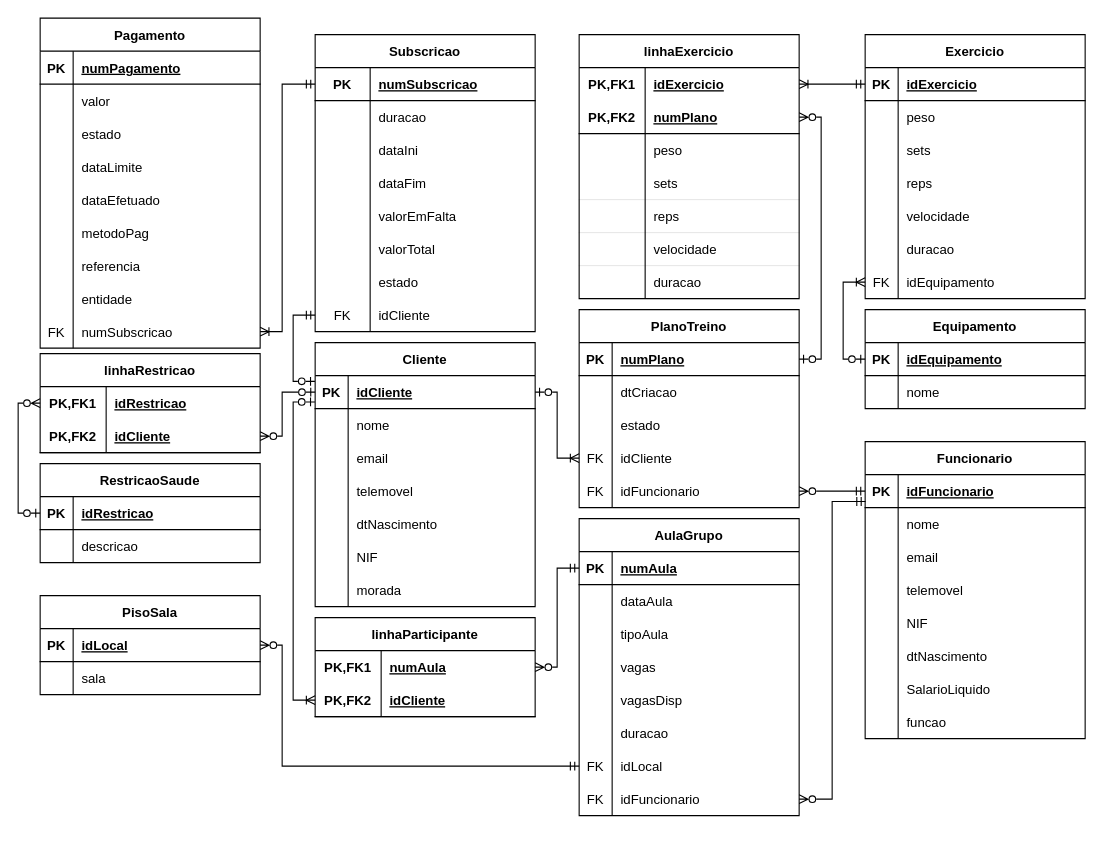
Above: Proj1/Diagramas corrigidos/2-BD/GymMF_simplificado.drawio in AlexandrePSantos/GestaoGym (draw.io), before the change. Source tidied: cells renumbered, new cells numbered last; positions are measured from the earlier drawing's top-left corner, leaving out a move shared by most shapes. Both pictures are drawn from the tidied source at 110%, with x=0, y=0 at pixel (18, 18).
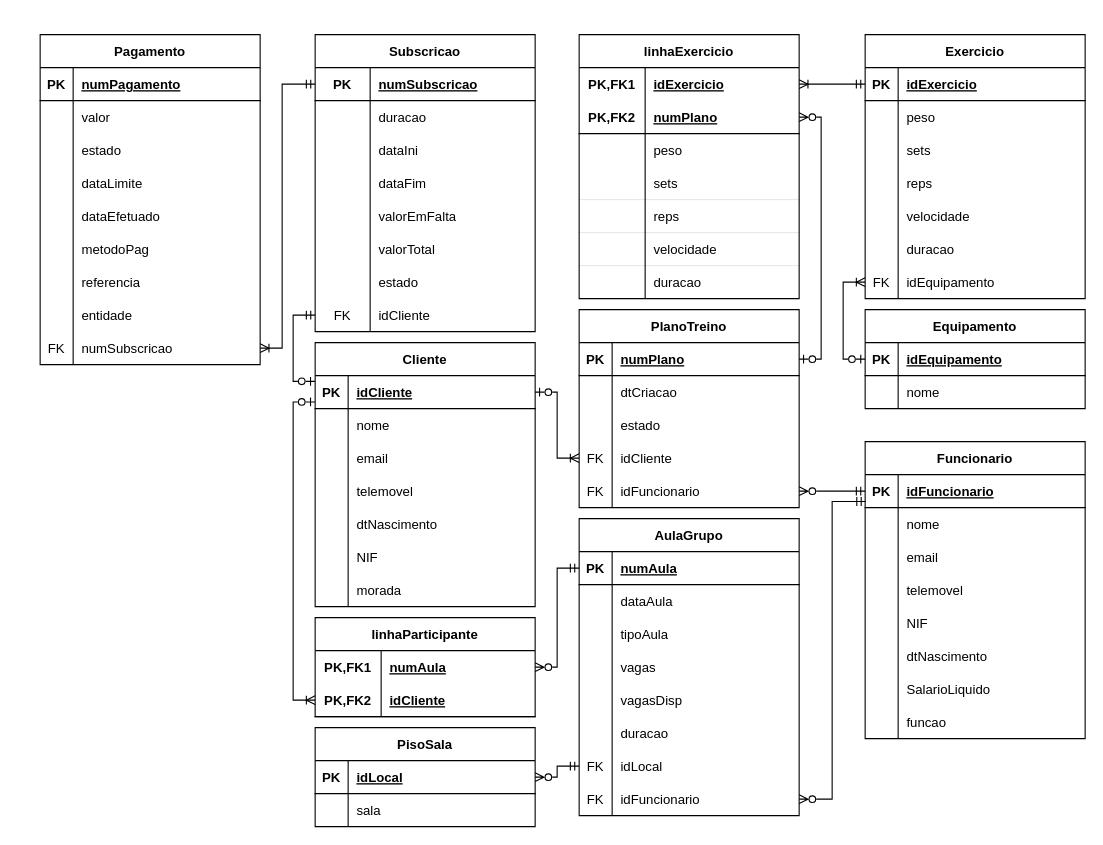
Above is the later version.

The change refers to these unchanged cells:
```xml
<mxCell id="7" style="shape=tableRow;horizontal=0;startSize=0;swimlaneHead=0;swimlaneBody=0;fillColor=none;points=[[0,0.5],[1,0.5]];portConstraint=eastwest;top=0;left=0;right=0;bottom=1;" parent="6" vertex="1">
  <mxGeometry y="30" width="200" height="30" as="geometry" />
</mxCell>
<mxCell id="84" style="shape=tableRow;horizontal=0;startSize=0;swimlaneHead=0;swimlaneBody=0;fillColor=none;points=[[0,0.5],[1,0.5]];portConstraint=eastwest;top=0;left=0;right=0;bottom=1;" parent="83" vertex="1">
  <mxGeometry y="30" width="200" height="30" as="geometry" />
</mxCell>
<mxCell id="127" style="shape=tableRow;horizontal=0;startSize=0;swimlaneHead=0;swimlaneBody=0;fillColor=none;points=[[0,0.5],[1,0.5]];portConstraint=eastwest;top=0;left=0;right=0;bottom=0;" parent="108" vertex="1">
  <mxGeometry y="210" width="200" height="30" as="geometry" />
</mxCell>
<mxCell id="165" style="shape=tableRow;horizontal=0;startSize=0;swimlaneHead=0;swimlaneBody=0;fillColor=none;points=[[0,0.5],[1,0.5]];portConstraint=eastwest;top=0;left=0;right=0;bottom=0;" parent="140" vertex="1">
  <mxGeometry y="270" width="200" height="30" as="geometry" />
</mxCell>
<mxCell id="173" style="shape=tableRow;horizontal=0;startSize=0;swimlaneHead=0;swimlaneBody=0;fillColor=none;points=[[0,0.5],[1,0.5]];portConstraint=eastwest;top=0;left=0;right=0;bottom=1;" parent="172" vertex="1">
  <mxGeometry y="30" width="200" height="30" as="geometry" />
</mxCell>
```

What changed in the source:
```diff
@@
-    <mxCell id="28" value="linhaRestricao" style="shape=table;startSize=30;childLayout=tableLayout;rowLines=0;fontStyle=1;align=center;" parent="1" vertex="1">
-      <mxGeometry x="20" y="305" width="200" height="90" as="geometry" />
-    </mxCell>
-    <mxCell id="29" style="shape=tableRow;horizontal=0;startSize=0;swimlaneHead=0;swimlaneBody=0;fillColor=none;points=[[0,0.5],[1,0.5]];portConstraint=eastwest;top=0;left=0;right=0;bottom=0;" parent="28" vertex="1">
-      <mxGeometry y="30" width="200" height="30" as="geometry" />
-    </mxCell>
-    <mxCell id="30" value="PK,FK1" style="shape=partialRectangle;fillColor=none;top=0;left=0;bottom=0;right=0;fontStyle=1;overflow=hidden;" parent="29" vertex="1">
-      <mxGeometry width="60" height="30" as="geometry" />
-    </mxCell>
-    <mxCell id="31" value="idRestricao" style="shape=partialRectangle;fillColor=none;top=0;left=0;bottom=0;right=0;align=left;spacingLeft=6;fontStyle=5;overflow=hidden;" parent="29" vertex="1">
-      <mxGeometry x="60" width="140" height="30" as="geometry" />
-    </mxCell>
-    <mxCell id="32" style="shape=tableRow;horizontal=0;startSize=0;swimlaneHead=0;swimlaneBody=0;fillColor=none;points=[[0,0.5],[1,0.5]];portConstraint=eastwest;top=0;left=0;right=0;bottom=1;" parent="28" vertex="1">
-      <mxGeometry y="60" width="200" height="30" as="geometry" />
-    </mxCell>
-    <mxCell id="33" value="PK,FK2" style="shape=partialRectangle;fillColor=none;top=0;left=0;bottom=0;right=0;fontStyle=1;overflow=hidden;" parent="32" vertex="1">
-      <mxGeometry width="60" height="30" as="geometry" />
-    </mxCell>
-    <mxCell id="34" value="idCliente" style="shape=partialRectangle;fillColor=none;top=0;left=0;bottom=0;right=0;align=left;spacingLeft=6;fontStyle=5;overflow=hidden;" parent="32" vertex="1">
-      <mxGeometry x="60" width="140" height="30" as="geometry" />
-    </mxCell>
@@
-    <mxCell id="60" value="RestricaoSaude" style="shape=table;startSize=30;childLayout=tableLayout;rowLines=0;fontStyle=1;align=center;" parent="1" vertex="1">
-      <mxGeometry x="20" y="405" width="200" height="90" as="geometry" />
-    </mxCell>
-    <mxCell id="61" style="shape=tableRow;horizontal=0;startSize=0;swimlaneHead=0;swimlaneBody=0;fillColor=none;points=[[0,0.5],[1,0.5]];portConstraint=eastwest;top=0;left=0;right=0;bottom=1;" parent="60" vertex="1">
-      <mxGeometry y="30" width="200" height="30" as="geometry" />
-    </mxCell>
-    <mxCell id="62" value="PK" style="shape=partialRectangle;fillColor=none;top=0;left=0;bottom=0;right=0;fontStyle=1;overflow=hidden;" parent="61" vertex="1">
-      <mxGeometry width="30" height="30" as="geometry" />
-    </mxCell>
-    <mxCell id="63" value="idRestricao" style="shape=partialRectangle;fillColor=none;top=0;left=0;bottom=0;right=0;align=left;spacingLeft=6;fontStyle=5;overflow=hidden;" parent="61" vertex="1">
-      <mxGeometry x="30" width="170" height="30" as="geometry" />
-    </mxCell>
-    <mxCell id="64" style="shape=tableRow;horizontal=0;startSize=0;swimlaneHead=0;swimlaneBody=0;fillColor=none;top=0;left=0;right=0;bottom=0;" parent="60" vertex="1">
-      <mxGeometry y="60" width="200" height="30" as="geometry" />
-    </mxCell>
-    <mxCell id="65" style="shape=partialRectangle;fillColor=none;top=0;left=0;bottom=0;right=0;overflow=hidden;" parent="64" vertex="1">
-      <mxGeometry width="30" height="30" as="geometry" />
-    </mxCell>
-    <mxCell id="66" value="descricao" style="shape=partialRectangle;fillColor=none;top=0;left=0;bottom=0;right=0;align=left;spacingLeft=6;overflow=hidden;" parent="64" vertex="1">
-      <mxGeometry x="30" width="170" height="30" as="geometry" />
-    </mxCell>
@@
     <mxCell id="140" value="Pagamento" style="shape=table;startSize=30;childLayout=tableLayout;rowLines=0;fontStyle=1;align=center;" parent="1" vertex="1">
-      <mxGeometry x="20" width="200" height="300" as="geometry" />
+      <mxGeometry x="20" y="15" width="200" height="300" as="geometry" />
     </mxCell>
@@
-    <mxCell id="168" style="edgeStyle=orthogonalEdgeStyle;rounded=0;jettySize=auto;html=1;endArrow=ERzeroToOne;endFill=0;exitX=0;exitY=0.5;exitDx=0;exitDy=0;startArrow=ERzeroToMany;startFill=0;entryX=0;entryY=0.5;entryDx=0;entryDy=0;" parent="1" edge="1" source="29" target="61">
-      <mxGeometry relative="1" as="geometry">
-        <Array as="points">
-          <mxPoint y="350" />
-          <mxPoint y="450" />
-        </Array>
-      </mxGeometry>
-    </mxCell>
-    <mxCell id="169" style="edgeStyle=orthogonalEdgeStyle;rounded=0;jettySize=auto;html=1;endArrow=ERzeroToOne;endFill=0;startArrow=ERzeroToMany;startFill=0;exitX=1;exitY=0.5;exitDx=0;exitDy=0;entryX=0;entryY=0.5;entryDx=0;entryDy=0;" parent="1" edge="1" source="32" target="7">
-      <mxGeometry relative="1" as="geometry">
-        <Array as="points">
-          <mxPoint x="240" y="380" />
-          <mxPoint x="240" y="340" />
-        </Array>
-      </mxGeometry>
-    </mxCell>
@@
     <mxCell id="172" value="PisoSala" style="shape=table;startSize=30;childLayout=tableLayout;rowLines=0;fontStyle=1;align=center;" parent="1" vertex="1">
-      <mxGeometry x="20" y="525" width="200" height="90" as="geometry" />
+      <mxGeometry x="270" y="645" width="200" height="90" as="geometry" />
     </mxCell>
@@
     <mxCell id="179" style="edgeStyle=orthogonalEdgeStyle;rounded=0;jettySize=auto;html=1;endArrow=ERzeroToMany;endFill=0;startArrow=ERmandOne;startFill=0;entryX=1;entryY=0.5;entryDx=0;entryDy=0;exitX=0;exitY=0.5;exitDx=0;exitDy=0;" parent="1" edge="1" source="127" target="173">
       <mxGeometry relative="1" as="geometry">
         <Array as="points">
-          <mxPoint x="240" y="680" />
-          <mxPoint x="240" y="570" />
+          <mxPoint x="490" y="680" />
+          <mxPoint x="490" y="690" />
         </Array>
       </mxGeometry>
     </mxCell>
     <mxCell id="180" style="edgeStyle=orthogonalEdgeStyle;rounded=0;jettySize=auto;html=1;entryX=0;entryY=0.5;entryDx=0;entryDy=0;endArrow=ERmandOne;endFill=0;exitX=1;exitY=0.5;exitDx=0;exitDy=0;startArrow=ERoneToMany;startFill=0;" parent="1" edge="1" source="165" target="84">
       <mxGeometry relative="1" as="geometry">
         <Array as="points">
-          <mxPoint x="240" y="285" />
+          <mxPoint x="240" y="300" />
           <mxPoint x="240" y="60" />
         </Array>
       </mxGeometry>
     </mxCell>
```
